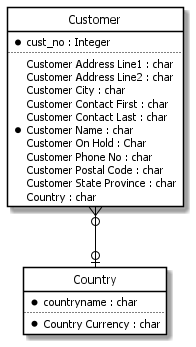
The PlantUML diagram EN/Employee/customer.erd.png in casetalk/Models, before a commit. The source it was exported from:
```plantuml
@startuml
hide circle
hide stereotype
hide empty members
skinparam linetype ortho
skinparam backgroundColor transparent
skinparam shadowing True
skinparam defaultFontName Arial
skinparam defaultColor #000000
skinparam arrowColor #000000
skinparam class {
  FontName Tahoma
  classFontColor automatic
  BorderColor #000000
  attributeFontName Tahoma
}
skinparam Class {
  BackgroundColor white
  }
entity "Country" {
  * countryname : char
  ..
  * Country Currency : char
  }
entity "Customer" {
  * cust_no : Integer
  ..
    Customer Address Line1 : char
    Customer Address Line2 : char
    Customer City : char
    Customer Contact First : char
    Customer Contact Last : char
  * Customer Name : char
    Customer On Hold : Char
    Customer Phone No : char
    Customer Postal Code : char
    Customer State Province : char
    Country : char
  }
"Customer" }o--o| "Country"
@enduml
```
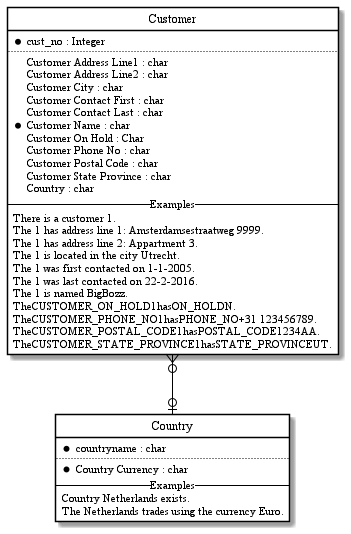
After the commit.

What changed in the source:
```diff
@@ -9,10 +9,10 @@
 skinparam defaultColor #000000
 skinparam arrowColor #000000
 skinparam class {
-  FontName Tahoma
+  FontName Times New Roman
   classFontColor automatic
   BorderColor #000000
-  attributeFontName Tahoma
+  attributeFontName Times New Roman
 }
 skinparam Class {
   BackgroundColor white
@@ -21,6 +21,9 @@
   * countryname : char
   ..
   * Country Currency : char
+ -- Examples --
+Country Netherlands exists.
+The Netherlands trades using the currency Euro.
   }
 entity "Customer" {
   * cust_no : Integer
@@ -36,6 +39,18 @@
     Customer Postal Code : char
     Customer State Province : char
     Country : char
+ -- Examples --
+There is a customer 1.
+The 1 has address line 1: Amsterdamsestraatweg 9999.
+The 1 has address line 2: Appartment 3.
+The 1 is located in the city Utrecht.
+The 1 was first contacted on 1-1-2005.
+The 1 was last contacted on 22-2-2016.
+The 1 is named BigBozz.
+TheCUSTOMER_ON_HOLD1hasON_HOLDN.
+TheCUSTOMER_PHONE_NO1hasPHONE_NO+31 123456789.
+TheCUSTOMER_POSTAL_CODE1hasPOSTAL_CODE1234AA.
+TheCUSTOMER_STATE_PROVINCE1hasSTATE_PROVINCEUT.
   }
 "Customer" }o--o| "Country"
 @enduml
```
